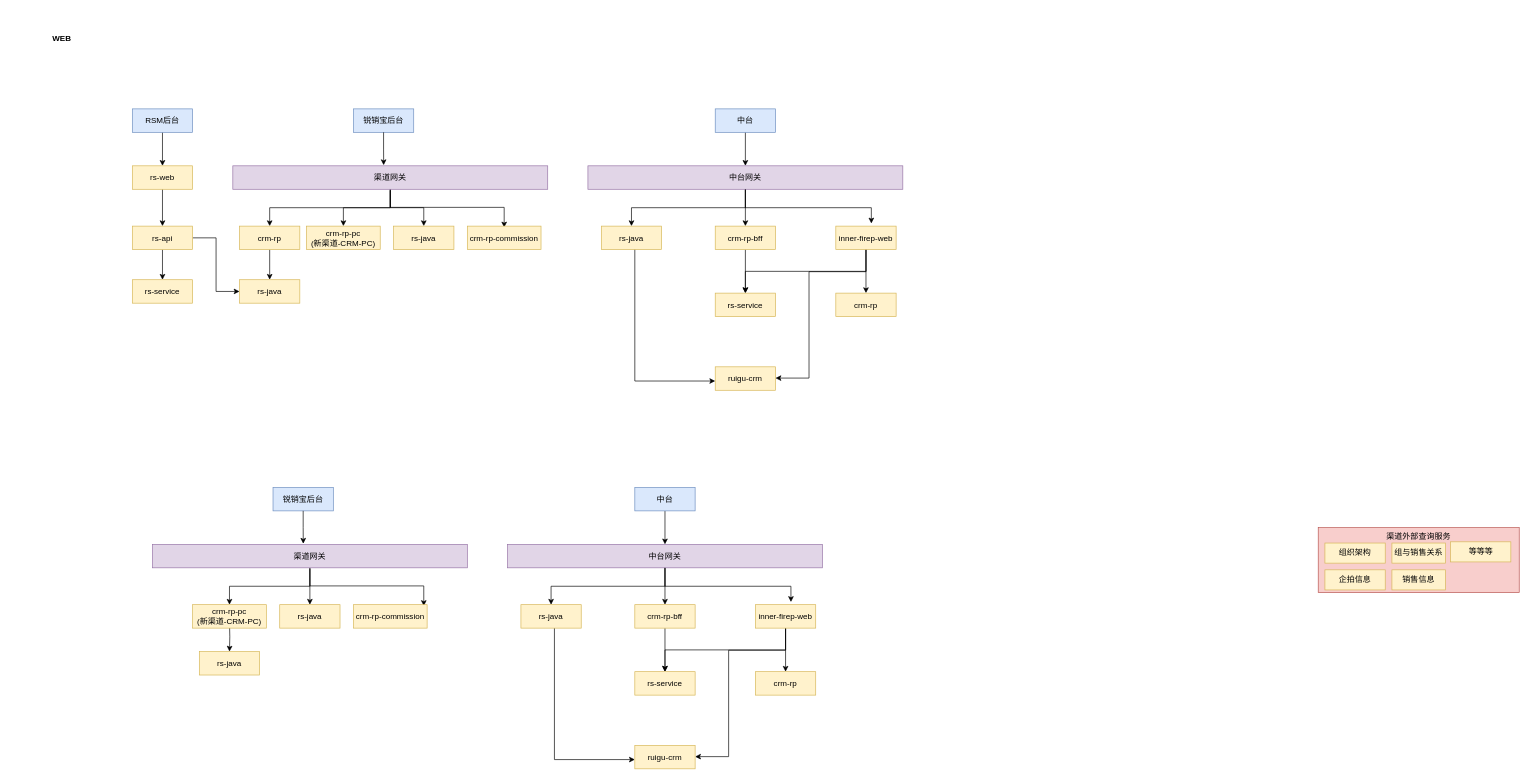
Before: 2025-渠道web服务调用关系-现状&未来.drawio in shixiaoding/draw, a draw.io diagram. Source tidied: cells renumbered, new cells numbered last; positions are measured from the earlier drawing's top-left corner, leaving out a move shared by most shapes. Both pictures are drawn from the tidied source at 67%, with x=0, y=0 at pixel (11, 18).
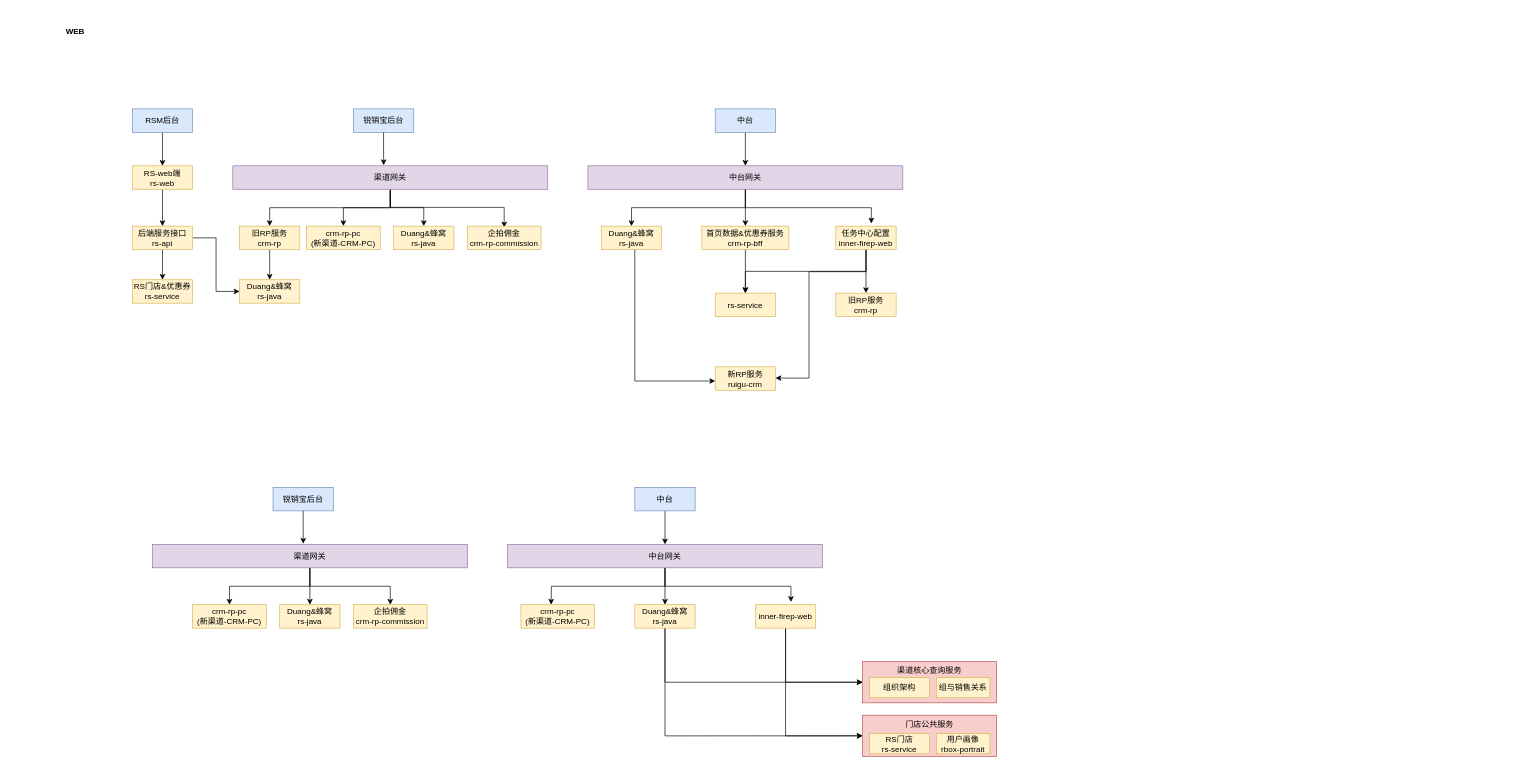
The same diagram, later.

Commit message:
更新2025-渠道web服务调用关系-现状&未来.drawio

The change refers to these unchanged cells:
```xml
<mxCell id="52" value="渠道网关" style="rounded=0;whiteSpace=wrap;html=1;fillColor=#e1d5e7;strokeColor=#9673a6;fontFamily=Helvetica;labelBackgroundColor=none;fontSize=12;" parent="1" vertex="1">
  <mxGeometry x="210" y="785" width="470" height="35" as="geometry" />
</mxCell>
<mxCell id="62" value="中台网关" style="rounded=0;whiteSpace=wrap;html=1;fillColor=#e1d5e7;strokeColor=#9673a6;fontFamily=Helvetica;labelBackgroundColor=none;fontSize=12;" parent="1" vertex="1">
  <mxGeometry x="740" y="785" width="470" height="35" as="geometry" />
</mxCell>
<mxCell id="70" value="inner-firep-web" style="rounded=0;whiteSpace=wrap;html=1;fillColor=#fff2cc;strokeColor=#d6b656;fontFamily=Helvetica;labelBackgroundColor=none;fontSize=12;" parent="1" vertex="1">
  <mxGeometry x="1110" y="875" width="90" height="35" as="geometry" />
</mxCell>
```

Diff of the diagram source:
```diff
@@
-    <mxCell id="8" value="rs-web" style="rounded=0;whiteSpace=wrap;html=1;fillColor=#fff2cc;strokeColor=#d6b656;fontFamily=Helvetica;labelBackgroundColor=none;fontSize=12;" parent="1" vertex="1">
+    <mxCell id="8" value="&lt;div&gt;RS-web端&lt;/div&gt;rs-web" style="rounded=0;whiteSpace=wrap;html=1;fillColor=#fff2cc;strokeColor=#d6b656;fontFamily=Helvetica;labelBackgroundColor=none;fontSize=12;" parent="1" vertex="1">
       <mxGeometry x="180" y="220" width="90" height="35" as="geometry" />
     </mxCell>
     <mxCell id="9" value="WEB" style="text;html=1;align=center;verticalAlign=middle;whiteSpace=wrap;rounded=0;fontStyle=1;" parent="1" vertex="1">
-      <mxGeometry width="150" height="60" as="geometry" />
+      <mxGeometry x="20" y="-10" width="150" height="60" as="geometry" />
     </mxCell>
-    <mxCell id="10" value="渠道外部查询服务" style="rounded=0;whiteSpace=wrap;html=1;fillColor=#f8cecc;strokeColor=#b85450;fontFamily=Helvetica;labelBackgroundColor=none;fontSize=12;verticalAlign=top;" parent="1" vertex="1">
-      <mxGeometry x="1950" y="760" width="300" height="97" as="geometry" />
-    </mxCell>
-    <mxCell id="11" style="group;" parent="1" vertex="1">
-      <mxGeometry x="1960" y="783" width="180" height="30" as="geometry" />
-    </mxCell>
-    <mxCell id="12" value="&lt;p&gt;组与销售关系&lt;/p&gt;" style="rounded=0;whiteSpace=wrap;html=1;fillColor=#fff2cc;strokeColor=#d6b656;align=center;verticalAlign=middle;fontFamily=Helvetica;fontSize=12;fontColor=default;labelBackgroundColor=none;" parent="11" vertex="1">
-      <mxGeometry x="100" width="80" height="30" as="geometry" />
-    </mxCell>
-    <mxCell id="13" value="组织架构" style="rounded=0;whiteSpace=wrap;html=1;fillColor=#fff2cc;strokeColor=#d6b656;fontFamily=Helvetica;labelBackgroundColor=none;fontSize=12;" parent="11" vertex="1">
-      <mxGeometry width="90" height="30" as="geometry" />
-    </mxCell>
-    <mxCell id="14" style="group;" parent="1" vertex="1">
-      <mxGeometry x="1960" y="823" width="180" height="30" as="geometry" />
-    </mxCell>
-    <mxCell id="15" value="&lt;p&gt;销售信息&lt;/p&gt;" style="rounded=0;whiteSpace=wrap;html=1;fillColor=#fff2cc;strokeColor=#d6b656;align=center;verticalAlign=middle;fontFamily=Helvetica;fontSize=12;fontColor=default;labelBackgroundColor=none;" parent="14" vertex="1">
-      <mxGeometry x="100" width="80" height="30" as="geometry" />
-    </mxCell>
-    <mxCell id="16" value="企拍信息" style="rounded=0;whiteSpace=wrap;html=1;fillColor=#fff2cc;strokeColor=#d6b656;fontFamily=Helvetica;labelBackgroundColor=none;fontSize=12;" parent="14" vertex="1">
-      <mxGeometry width="90" height="30" as="geometry" />
-    </mxCell>
-    <mxCell id="17" value="等等等" style="rounded=0;whiteSpace=wrap;html=1;fillColor=#fff2cc;strokeColor=#d6b656;fontFamily=Helvetica;labelBackgroundColor=none;fontSize=12;" parent="1" vertex="1">
-      <mxGeometry x="2147.5" y="781.2" width="90" height="30" as="geometry" />
-    </mxCell>
@@
-    <mxCell id="22" value="rs-api" style="rounded=0;whiteSpace=wrap;html=1;fillColor=#fff2cc;strokeColor=#d6b656;fontFamily=Helvetica;labelBackgroundColor=none;fontSize=12;" parent="1" vertex="1">
+    <mxCell id="22" value="&lt;div&gt;后端服务接口&lt;/div&gt;rs-api" style="rounded=0;whiteSpace=wrap;html=1;fillColor=#fff2cc;strokeColor=#d6b656;fontFamily=Helvetica;labelBackgroundColor=none;fontSize=12;" parent="1" vertex="1">
       <mxGeometry x="180" y="310" width="90" height="35" as="geometry" />
     </mxCell>
-    <mxCell id="23" value="rs-service" style="rounded=0;whiteSpace=wrap;html=1;fillColor=#fff2cc;strokeColor=#d6b656;fontFamily=Helvetica;labelBackgroundColor=none;fontSize=12;" parent="1" vertex="1">
+    <mxCell id="23" value="&lt;div&gt;RS门店&amp;amp;优惠券&lt;/div&gt;rs-service" style="rounded=0;whiteSpace=wrap;html=1;fillColor=#fff2cc;strokeColor=#d6b656;fontFamily=Helvetica;labelBackgroundColor=none;fontSize=12;" parent="1" vertex="1">
       <mxGeometry x="180" y="390" width="90" height="35" as="geometry" />
     </mxCell>
@@
-    <mxCell id="26" value="crm-rp" style="rounded=0;whiteSpace=wrap;html=1;fillColor=#fff2cc;strokeColor=#d6b656;fontFamily=Helvetica;labelBackgroundColor=none;fontSize=12;" parent="1" vertex="1">
+    <mxCell id="26" value="&lt;div&gt;旧RP服务&lt;/div&gt;crm-rp" style="rounded=0;whiteSpace=wrap;html=1;fillColor=#fff2cc;strokeColor=#d6b656;fontFamily=Helvetica;labelBackgroundColor=none;fontSize=12;" parent="1" vertex="1">
       <mxGeometry x="340" y="310" width="90" height="35" as="geometry" />
     </mxCell>
@@
-    <mxCell id="28" value="rs-java" style="rounded=0;whiteSpace=wrap;html=1;fillColor=#fff2cc;strokeColor=#d6b656;fontFamily=Helvetica;labelBackgroundColor=none;fontSize=12;" parent="1" vertex="1">
+    <mxCell id="28" value="&lt;div&gt;Duang&amp;amp;蜂窝&lt;/div&gt;rs-java" style="rounded=0;whiteSpace=wrap;html=1;fillColor=#fff2cc;strokeColor=#d6b656;fontFamily=Helvetica;labelBackgroundColor=none;fontSize=12;" parent="1" vertex="1">
       <mxGeometry x="570" y="310" width="90" height="35" as="geometry" />
     </mxCell>
-    <mxCell id="29" value="rs-java" style="rounded=0;whiteSpace=wrap;html=1;fillColor=#fff2cc;strokeColor=#d6b656;fontFamily=Helvetica;labelBackgroundColor=none;fontSize=12;" parent="1" vertex="1">
+    <mxCell id="29" value="&lt;div&gt;Duang&amp;amp;蜂窝&lt;/div&gt;rs-java" style="rounded=0;whiteSpace=wrap;html=1;fillColor=#fff2cc;strokeColor=#d6b656;fontFamily=Helvetica;labelBackgroundColor=none;fontSize=12;" parent="1" vertex="1">
       <mxGeometry x="340" y="390" width="90" height="35" as="geometry" />
     </mxCell>
-    <mxCell id="30" value="crm-rp-commission" style="rounded=0;whiteSpace=wrap;html=1;fillColor=#fff2cc;strokeColor=#d6b656;fontFamily=Helvetica;labelBackgroundColor=none;fontSize=12;" parent="1" vertex="1">
+    <mxCell id="30" value="企拍佣金&lt;div&gt;crm-rp-commission&lt;/div&gt;" style="rounded=0;whiteSpace=wrap;html=1;fillColor=#fff2cc;strokeColor=#d6b656;fontFamily=Helvetica;labelBackgroundColor=none;fontSize=12;" parent="1" vertex="1">
       <mxGeometry x="680" y="310" width="110" height="35" as="geometry" />
     </mxCell>
@@
-    <mxCell id="38" value="rs-java" style="rounded=0;whiteSpace=wrap;html=1;fillColor=#fff2cc;strokeColor=#d6b656;fontFamily=Helvetica;labelBackgroundColor=none;fontSize=12;" parent="1" vertex="1">
+    <mxCell id="38" value="&lt;div&gt;Duang&amp;amp;蜂窝&lt;/div&gt;rs-java" style="rounded=0;whiteSpace=wrap;html=1;fillColor=#fff2cc;strokeColor=#d6b656;fontFamily=Helvetica;labelBackgroundColor=none;fontSize=12;" parent="1" vertex="1">
       <mxGeometry x="880" y="310" width="90" height="35" as="geometry" />
     </mxCell>
@@
-    <mxCell id="42" value="inner-firep-web" style="rounded=0;whiteSpace=wrap;html=1;fillColor=#fff2cc;strokeColor=#d6b656;fontFamily=Helvetica;labelBackgroundColor=none;fontSize=12;" parent="1" vertex="1">
+    <mxCell id="42" value="&lt;div&gt;任务中心配置&lt;/div&gt;inner-firep-web" style="rounded=0;whiteSpace=wrap;html=1;fillColor=#fff2cc;strokeColor=#d6b656;fontFamily=Helvetica;labelBackgroundColor=none;fontSize=12;" parent="1" vertex="1">
       <mxGeometry x="1230" y="310" width="90" height="35" as="geometry" />
     </mxCell>
@@
-    <mxCell id="44" value="crm-rp-bff" style="rounded=0;whiteSpace=wrap;html=1;fillColor=#fff2cc;strokeColor=#d6b656;fontFamily=Helvetica;labelBackgroundColor=none;fontSize=12;" parent="1" vertex="1">
-      <mxGeometry x="1050" y="310" width="90" height="35" as="geometry" />
+    <mxCell id="44" value="&lt;div&gt;首页数据&amp;amp;优惠券服务&lt;/div&gt;crm-rp-bff" style="rounded=0;whiteSpace=wrap;html=1;fillColor=#fff2cc;strokeColor=#d6b656;fontFamily=Helvetica;labelBackgroundColor=none;fontSize=12;" parent="1" vertex="1">
+      <mxGeometry x="1030" y="310" width="130" height="35" as="geometry" />
     </mxCell>
@@
-    <mxCell id="46" value="ruigu-crm" style="rounded=0;whiteSpace=wrap;html=1;fillColor=#fff2cc;strokeColor=#d6b656;fontFamily=Helvetica;labelBackgroundColor=none;fontSize=12;" parent="1" vertex="1">
+    <mxCell id="46" value="新RP服务&lt;br&gt;ruigu-crm" style="rounded=0;whiteSpace=wrap;html=1;fillColor=#fff2cc;strokeColor=#d6b656;fontFamily=Helvetica;labelBackgroundColor=none;fontSize=12;" parent="1" vertex="1">
       <mxGeometry x="1050" y="520" width="90" height="35" as="geometry" />
     </mxCell>
@@
-    <mxCell id="48" value="crm-rp" style="rounded=0;whiteSpace=wrap;html=1;fillColor=#fff2cc;strokeColor=#d6b656;fontFamily=Helvetica;labelBackgroundColor=none;fontSize=12;" parent="1" vertex="1">
+    <mxCell id="48" value="&lt;div&gt;旧RP服务&lt;/div&gt;crm-rp" style="rounded=0;whiteSpace=wrap;html=1;fillColor=#fff2cc;strokeColor=#d6b656;fontFamily=Helvetica;labelBackgroundColor=none;fontSize=12;" parent="1" vertex="1">
       <mxGeometry x="1230" y="410" width="90" height="35" as="geometry" />
     </mxCell>
@@
-    <mxCell id="51" style="edgeStyle=orthogonalEdgeStyle;rounded=0;orthogonalLoop=1;jettySize=auto;html=1;exitX=0.5;exitY=1;exitDx=0;exitDy=0;entryX=0.5;entryY=0;entryDx=0;entryDy=0;" parent="1" edge="1">
-      <mxGeometry relative="1" as="geometry">
-        <mxPoint x="445" y="822" as="sourcePoint" />
-        <mxPoint x="615" y="877" as="targetPoint" />
-        <Array as="points">
-          <mxPoint x="445" y="847" />
-          <mxPoint x="615" y="847" />
-        </Array>
-      </mxGeometry>
-    </mxCell>
+    <mxCell id="77" style="edgeStyle=orthogonalEdgeStyle;rounded=0;jettySize=auto;html=1;exitX=0.5;exitY=1;exitDx=0;exitDy=0;entryX=0.5;entryY=0;entryDx=0;entryDy=0;" parent="1" edge="1" source="52" target="58">
+      <mxGeometry relative="1" as="geometry" />
+    </mxCell>
@@
-    <mxCell id="54" style="edgeStyle=orthogonalEdgeStyle;rounded=0;jettySize=auto;html=1;entryX=0.5;entryY=0;entryDx=0;entryDy=0;" parent="1" edge="1" target="57">
-      <mxGeometry relative="1" as="geometry">
-        <mxPoint x="325" y="900" as="sourcePoint" />
-      </mxGeometry>
-    </mxCell>
@@
-    <mxCell id="56" value="rs-java" style="rounded=0;whiteSpace=wrap;html=1;fillColor=#fff2cc;strokeColor=#d6b656;fontFamily=Helvetica;labelBackgroundColor=none;fontSize=12;" parent="1" vertex="1">
+    <mxCell id="56" value="&lt;div&gt;Duang&amp;amp;蜂窝&lt;/div&gt;rs-java" style="rounded=0;whiteSpace=wrap;html=1;fillColor=#fff2cc;strokeColor=#d6b656;fontFamily=Helvetica;labelBackgroundColor=none;fontSize=12;" parent="1" vertex="1">
       <mxGeometry x="400" y="875" width="90" height="35" as="geometry" />
     </mxCell>
-    <mxCell id="57" value="rs-java" style="rounded=0;whiteSpace=wrap;html=1;fillColor=#fff2cc;strokeColor=#d6b656;fontFamily=Helvetica;labelBackgroundColor=none;fontSize=12;" parent="1" vertex="1">
-      <mxGeometry x="280" y="945" width="90" height="35" as="geometry" />
-    </mxCell>
-    <mxCell id="58" value="crm-rp-commission" style="rounded=0;whiteSpace=wrap;html=1;fillColor=#fff2cc;strokeColor=#d6b656;fontFamily=Helvetica;labelBackgroundColor=none;fontSize=12;" parent="1" vertex="1">
+    <mxCell id="58" value="企拍佣金&lt;div&gt;crm-rp-commission&lt;/div&gt;" style="rounded=0;whiteSpace=wrap;html=1;fillColor=#fff2cc;strokeColor=#d6b656;fontFamily=Helvetica;labelBackgroundColor=none;fontSize=12;" parent="1" vertex="1">
       <mxGeometry x="510" y="875" width="110" height="35" as="geometry" />
     </mxCell>
@@
-    <mxCell id="60" style="edgeStyle=orthogonalEdgeStyle;rounded=0;jettySize=auto;html=1;entryX=0.5;entryY=0;entryDx=0;entryDy=0;" parent="1" edge="1" source="62" target="66">
-      <mxGeometry relative="1" as="geometry" />
+    <mxCell id="60" style="edgeStyle=orthogonalEdgeStyle;rounded=0;jettySize=auto;html=1;entryX=0.5;entryY=0;entryDx=0;entryDy=0;" parent="1" edge="1" source="62">
+      <mxGeometry relative="1" as="geometry">
+        <mxPoint x="805" y="875" as="targetPoint" />
+      </mxGeometry>
     </mxCell>
-    <mxCell id="61" style="edgeStyle=orthogonalEdgeStyle;rounded=0;jettySize=auto;html=1;exitX=0.5;exitY=1;exitDx=0;exitDy=0;entryX=0.5;entryY=0;entryDx=0;entryDy=0;" parent="1" edge="1" source="62" target="72">
-      <mxGeometry relative="1" as="geometry" />
+    <mxCell id="61" style="edgeStyle=orthogonalEdgeStyle;rounded=0;jettySize=auto;html=1;exitX=0.5;exitY=1;exitDx=0;exitDy=0;entryX=0.5;entryY=0;entryDx=0;entryDy=0;" parent="1" edge="1" source="62">
+      <mxGeometry relative="1" as="geometry">
+        <mxPoint x="975" y="875" as="targetPoint" />
+      </mxGeometry>
     </mxCell>
@@
-    <mxCell id="65" style="edgeStyle=orthogonalEdgeStyle;rounded=0;orthogonalLoop=1;jettySize=auto;html=1;entryX=0;entryY=0.75;entryDx=0;entryDy=0;" parent="1" edge="1">
-      <mxGeometry relative="1" as="geometry">
-        <mxPoint x="810" y="905" as="sourcePoint" />
-        <mxPoint x="930" y="1106.2" as="targetPoint" />
-        <Array as="points">
-          <mxPoint x="810" y="1106" />
-        </Array>
-      </mxGeometry>
-    </mxCell>
-    <mxCell id="66" value="rs-java" style="rounded=0;whiteSpace=wrap;html=1;fillColor=#fff2cc;strokeColor=#d6b656;fontFamily=Helvetica;labelBackgroundColor=none;fontSize=12;" parent="1" vertex="1">
-      <mxGeometry x="760" y="875" width="90" height="35" as="geometry" />
-    </mxCell>
-    <mxCell id="67" style="edgeStyle=orthogonalEdgeStyle;rounded=0;jettySize=auto;html=1;entryX=0.5;entryY=0;entryDx=0;entryDy=0;" parent="1" edge="1" source="70" target="76">
-      <mxGeometry relative="1" as="geometry" />
-    </mxCell>
-    <mxCell id="68" style="edgeStyle=orthogonalEdgeStyle;rounded=0;jettySize=auto;html=1;exitX=0.5;exitY=1;exitDx=0;exitDy=0;entryX=0.5;entryY=0;entryDx=0;entryDy=0;" parent="1" edge="1" source="70" target="75">
-      <mxGeometry relative="1" as="geometry" />
-    </mxCell>
-    <mxCell id="69" style="edgeStyle=orthogonalEdgeStyle;rounded=0;orthogonalLoop=1;jettySize=auto;html=1;exitX=0.5;exitY=1;exitDx=0;exitDy=0;entryX=1;entryY=0.25;entryDx=0;entryDy=0;" parent="1" edge="1">
-      <mxGeometry relative="1" as="geometry">
-        <mxPoint x="1155" y="908" as="sourcePoint" />
-        <mxPoint x="1020" y="1101.8" as="targetPoint" />
-        <Array as="points">
-          <mxPoint x="1155" y="943" />
-          <mxPoint x="1070" y="943" />
-          <mxPoint x="1070" y="1102" />
-        </Array>
-      </mxGeometry>
-    </mxCell>
+    <mxCell id="78" style="edgeStyle=orthogonalEdgeStyle;rounded=0;jettySize=auto;html=1;exitX=0.5;exitY=1;exitDx=0;exitDy=0;entryX=0;entryY=0.5;entryDx=0;entryDy=0;" parent="1" edge="1" source="70" target="86">
+      <mxGeometry relative="1" as="geometry" />
+    </mxCell>
+    <mxCell id="79" style="edgeStyle=orthogonalEdgeStyle;rounded=0;jettySize=auto;html=1;entryX=0;entryY=0.5;entryDx=0;entryDy=0;" parent="1" edge="1" source="70" target="81">
+      <mxGeometry relative="1" as="geometry">
+        <Array as="points">
+          <mxPoint x="1155" y="1071" />
+        </Array>
+      </mxGeometry>
+    </mxCell>
@@
-    <mxCell id="71" style="edgeStyle=orthogonalEdgeStyle;rounded=0;jettySize=auto;html=1;entryX=0.5;entryY=0;entryDx=0;entryDy=0;" parent="1" edge="1" source="72" target="75">
-      <mxGeometry relative="1" as="geometry" />
-    </mxCell>
-    <mxCell id="72" value="crm-rp-bff" style="rounded=0;whiteSpace=wrap;html=1;fillColor=#fff2cc;strokeColor=#d6b656;fontFamily=Helvetica;labelBackgroundColor=none;fontSize=12;" parent="1" vertex="1">
-      <mxGeometry x="930" y="875" width="90" height="35" as="geometry" />
-    </mxCell>
@@
-    <mxCell id="74" value="ruigu-crm" style="rounded=0;whiteSpace=wrap;html=1;fillColor=#fff2cc;strokeColor=#d6b656;fontFamily=Helvetica;labelBackgroundColor=none;fontSize=12;" parent="1" vertex="1">
-      <mxGeometry x="930" y="1085" width="90" height="35" as="geometry" />
-    </mxCell>
-    <mxCell id="75" value="rs-service" style="rounded=0;whiteSpace=wrap;html=1;fillColor=#fff2cc;strokeColor=#d6b656;fontFamily=Helvetica;labelBackgroundColor=none;fontSize=12;" parent="1" vertex="1">
-      <mxGeometry x="930" y="975" width="90" height="35" as="geometry" />
-    </mxCell>
-    <mxCell id="76" value="crm-rp" style="rounded=0;whiteSpace=wrap;html=1;fillColor=#fff2cc;strokeColor=#d6b656;fontFamily=Helvetica;labelBackgroundColor=none;fontSize=12;" parent="1" vertex="1">
-      <mxGeometry x="1110" y="975" width="90" height="35" as="geometry" />
-    </mxCell>
+    <mxCell id="80" style="group;" parent="1" vertex="1">
+      <mxGeometry x="1270" y="1040" width="200" height="61.5" as="geometry" />
+    </mxCell>
+    <mxCell id="81" value="门店公共服务" style="rounded=0;whiteSpace=wrap;html=1;fillColor=#f8cecc;strokeColor=#b85450;fontFamily=Helvetica;labelBackgroundColor=none;fontSize=12;verticalAlign=top;" parent="80" vertex="1">
+      <mxGeometry width="200" height="61.5" as="geometry" />
+    </mxCell>
+    <mxCell id="82" style="group;" parent="80" vertex="1">
+      <mxGeometry x="10" y="27.5" width="180" height="30" as="geometry" />
+    </mxCell>
+    <mxCell id="83" value="&lt;p&gt;&lt;span&gt;&lt;span&gt;用户画像&lt;br&gt;&lt;/span&gt;&lt;/span&gt;&lt;span&gt;rbox-portrait&lt;/span&gt;&lt;span&gt;&lt;/span&gt;&lt;/p&gt;" style="rounded=0;whiteSpace=wrap;html=1;fillColor=#fff2cc;strokeColor=#d6b656;align=center;verticalAlign=middle;fontFamily=Helvetica;fontSize=12;fontColor=default;labelBackgroundColor=none;" parent="82" vertex="1">
+      <mxGeometry x="100" width="80" height="30" as="geometry" />
+    </mxCell>
+    <mxCell id="84" value="&lt;div&gt;RS门店&lt;/div&gt;rs-service" style="rounded=0;whiteSpace=wrap;html=1;fillColor=#fff2cc;strokeColor=#d6b656;fontFamily=Helvetica;labelBackgroundColor=none;fontSize=12;" parent="82" vertex="1">
+      <mxGeometry width="90" height="30" as="geometry" />
+    </mxCell>
+    <mxCell id="85" style="group;" parent="1" vertex="1">
+      <mxGeometry x="1270" y="960" width="200" height="61.5" as="geometry" />
+    </mxCell>
+    <mxCell id="86" value="渠道核心查询服务" style="rounded=0;whiteSpace=wrap;html=1;fillColor=#f8cecc;strokeColor=#b85450;fontFamily=Helvetica;labelBackgroundColor=none;fontSize=12;verticalAlign=top;" parent="85" vertex="1">
+      <mxGeometry width="200" height="61.5" as="geometry" />
+    </mxCell>
+    <mxCell id="87" style="group;" parent="85" vertex="1">
+      <mxGeometry x="10" y="24" width="180" height="30" as="geometry" />
+    </mxCell>
+    <mxCell id="12" value="&lt;p&gt;组与销售关系&lt;/p&gt;" style="rounded=0;whiteSpace=wrap;html=1;fillColor=#fff2cc;strokeColor=#d6b656;align=center;verticalAlign=middle;fontFamily=Helvetica;fontSize=12;fontColor=default;labelBackgroundColor=none;" parent="87" vertex="1">
+      <mxGeometry x="100" width="80" height="30" as="geometry" />
+    </mxCell>
+    <mxCell id="13" value="组织架构" style="rounded=0;whiteSpace=wrap;html=1;fillColor=#fff2cc;strokeColor=#d6b656;fontFamily=Helvetica;labelBackgroundColor=none;fontSize=12;" parent="87" vertex="1">
+      <mxGeometry width="90" height="30" as="geometry" />
+    </mxCell>
+    <mxCell id="88" value="crm-rp-pc&lt;div&gt;(新渠道-CRM-PC)&lt;/div&gt;" style="rounded=0;whiteSpace=wrap;html=1;fillColor=#fff2cc;strokeColor=#d6b656;fontFamily=Helvetica;labelBackgroundColor=none;fontSize=12;" parent="1" vertex="1">
+      <mxGeometry x="760" y="875" width="110" height="35" as="geometry" />
+    </mxCell>
+    <mxCell id="89" style="edgeStyle=orthogonalEdgeStyle;rounded=0;jettySize=auto;html=1;entryX=0;entryY=0.5;entryDx=0;entryDy=0;" parent="1" edge="1" source="91" target="86">
+      <mxGeometry relative="1" as="geometry">
+        <Array as="points">
+          <mxPoint x="975" y="991" />
+        </Array>
+      </mxGeometry>
+    </mxCell>
+    <mxCell id="90" style="edgeStyle=orthogonalEdgeStyle;rounded=0;jettySize=auto;html=1;exitX=0.5;exitY=1;exitDx=0;exitDy=0;entryX=0;entryY=0.5;entryDx=0;entryDy=0;" parent="1" edge="1" source="91" target="81">
+      <mxGeometry relative="1" as="geometry" />
+    </mxCell>
+    <mxCell id="91" value="&lt;div&gt;Duang&amp;amp;蜂窝&lt;/div&gt;rs-java" style="rounded=0;whiteSpace=wrap;html=1;fillColor=#fff2cc;strokeColor=#d6b656;fontFamily=Helvetica;labelBackgroundColor=none;fontSize=12;" parent="1" vertex="1">
+      <mxGeometry x="930" y="875" width="90" height="35" as="geometry" />
+    </mxCell>
```
